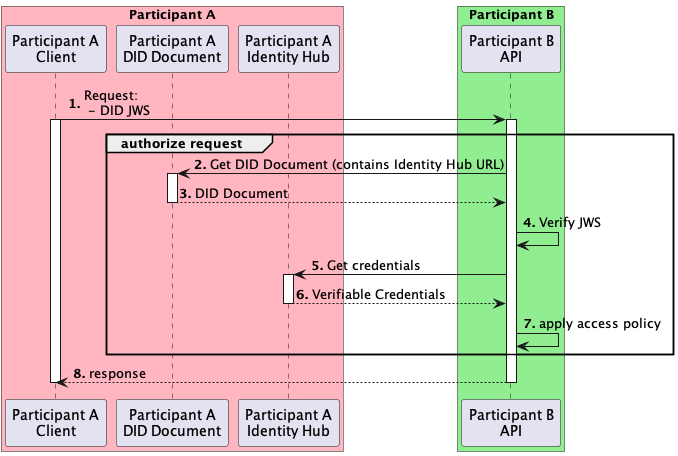
Above: docs/developer/decision-records/2022-06-08-identity-hub/authorization.png in agera-edc/IdentityHubOld (PlantUML), before the change.
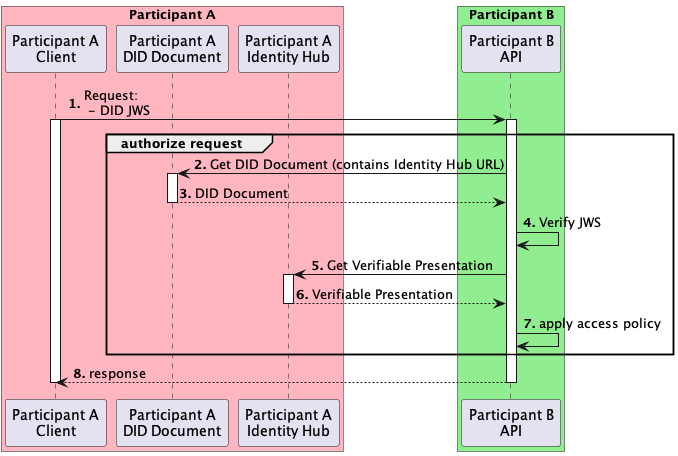
After the commit.

Commit message:
Verifiable Presentation instead of Credentials

What changed in the source:
```diff
@@ -15,8 +15,8 @@
   B -> DID ++: Get DID Document (contains Identity Hub URL)
   return DID Document
   B -> B: Verify JWS
-  B -> IDHUB ++: Get credentials
-  return Verifiable Credentials
+  B -> IDHUB ++: Get Verifiable Presentation
+  return Verifiable Presentation
   B -> B: apply access policy
 end
 return response
```
